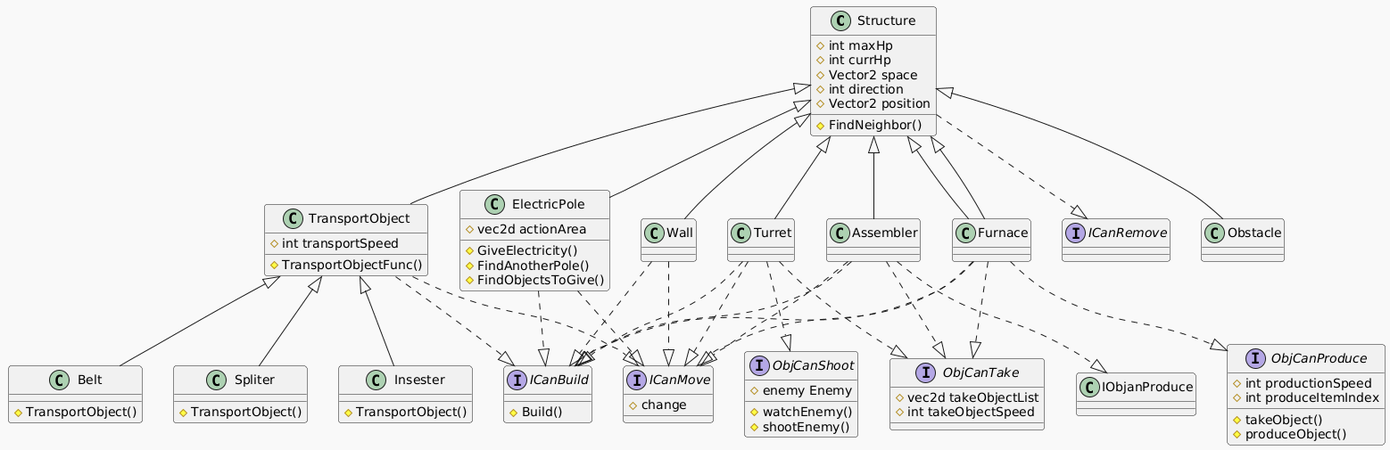
This is Assets/UML Diagrams/StructuresDiagram.png from Unity-PM/P2_PSM_L01_Krichevskyi.L_Factory_Rush, a PlantUML export, as it was before one commit. Its diagram source:
```plantuml
@startuml
Structure <|-- Furnace


!theme mars

class Structure {
  # int maxHp
  # int currHp
  # Vector2 space
  # int direction
  # Vector2 position
  # FindNeighbor()

}
Structure ..|> ICanRemove

interface ICanBuild {
  # Build()
}
interface ICanMove {
  # change
}
interface ICanRemove {

}
interface ObjCanShoot {
  # enemy Enemy
  # watchEnemy()
  # shootEnemy()
}
interface ObjCanProduce {
  # int productionSpeed
  # takeObject()
  # produceObject()
  # int produceItemIndex
}
interface ObjCanTake {
  # vec2d takeObjectList
  # int takeObjectSpeed
}

class Obstacle
Structure <|-- Obstacle

class Wall
Structure <|-- Wall
Wall ..|> ICanBuild
Wall ..|> ICanMove

class TransportObject {
  # int transportSpeed
  # TransportObjectFunc()
}
Structure <|-- TransportObject
TransportObject ..|> ICanBuild
TransportObject ..|> ICanMove

class Belt {
  # TransportObject()
}
class Spliter {
  # TransportObject()
}
class Insester {
  # TransportObject()
}

TransportObject <|-- Belt
TransportObject <|-- Spliter
TransportObject <|-- Insester

class ElectricPole {
  # vec2d actionArea
  # GiveElectricity()
  # FindAnotherPole()
  # FindObjectsToGive()
}

Structure <|-- ElectricPole
ElectricPole ..|> ICanBuild
ElectricPole ..|> ICanMove

class Turret
Structure <|-- Turret
Turret ..|> ObjCanShoot
Turret ..|> ObjCanTake
Turret ..|> ICanBuild
Turret ..|> ICanMove


class Furnace
Structure <|-- Furnace
Furnace ..|> ObjCanProduce
Furnace ..|> ObjCanTake
Furnace ..|> ICanBuild
Furnace ..|> ICanMove

class Assembler
Structure <|-- Assembler
Assembler ..|> IObjanProduce
Assembler ..|> ObjCanTake
Assembler ..|> ICanBuild
Assembler ..|> ICanMove
@enduml
```
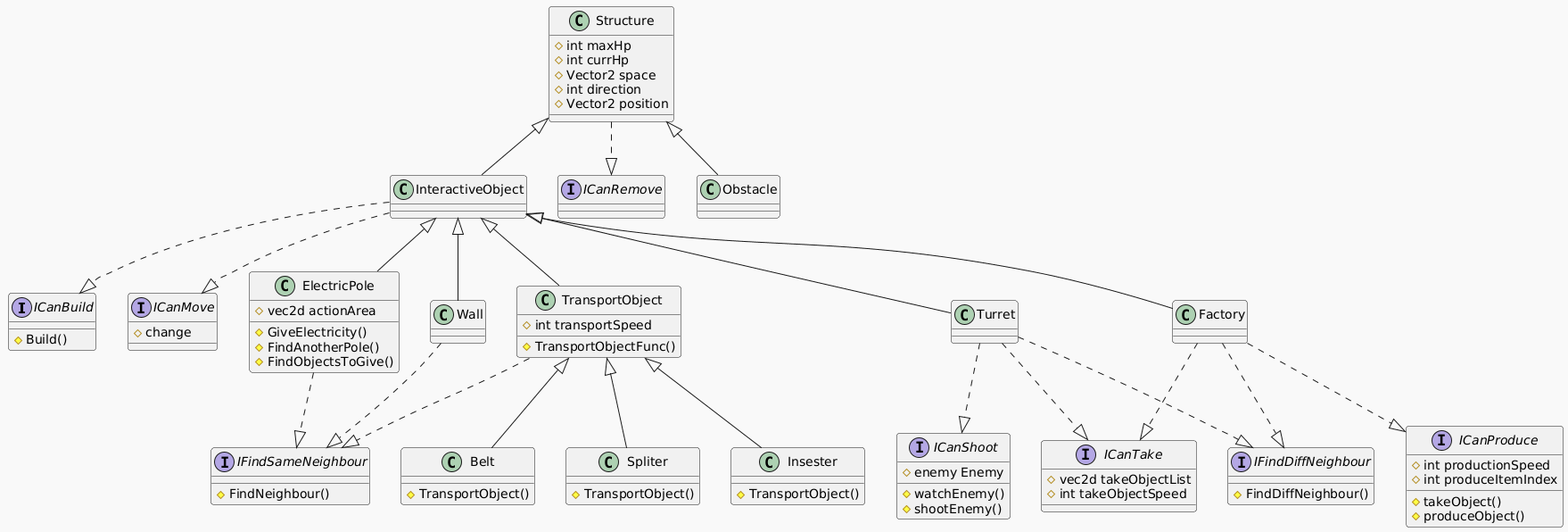
The same file after the commit.

What changed in the source:
```diff
@@ -1,19 +1,5 @@
 @startuml
-Structure <|-- Furnace
-
-
 !theme mars
-
-class Structure {
-  # int maxHp
-  # int currHp
-  # Vector2 space
-  # int direction
-  # Vector2 position
-  # FindNeighbor()
-
-}
-Structure ..|> ICanRemove
 
 interface ICanBuild {
   # Build()
@@ -24,37 +10,55 @@
 interface ICanRemove {
 
 }
-interface ObjCanShoot {
+interface ICanShoot {
   # enemy Enemy
   # watchEnemy()
   # shootEnemy()
 }
-interface ObjCanProduce {
+interface ICanProduce {
   # int productionSpeed
   # takeObject()
   # produceObject()
   # int produceItemIndex
 }
-interface ObjCanTake {
+interface ICanTake {
   # vec2d takeObjectList
   # int takeObjectSpeed
 }
+interface IFindSameNeighbour {
+  # FindNeighbour()
+}
+interface IFindDiffNeighbour {
+  # FindDiffNeighbour()
+}
+
+class Structure {
+  # int maxHp
+  # int currHp
+  # Vector2 space
+  # int direction
+  # Vector2 position
+}
+Structure ..|> ICanRemove
+
+class InteractiveObject
+Structure <|-- InteractiveObject
+InteractiveObject ..|> ICanBuild
+InteractiveObject ..|> ICanMove
 
 class Obstacle
 Structure <|-- Obstacle
 
 class Wall
-Structure <|-- Wall
-Wall ..|> ICanBuild
-Wall ..|> ICanMove
+InteractiveObject <|-- Wall
+Wall ..|> IFindSameNeighbour
 
 class TransportObject {
   # int transportSpeed
   # TransportObjectFunc()
 }
-Structure <|-- TransportObject
-TransportObject ..|> ICanBuild
-TransportObject ..|> ICanMove
+InteractiveObject <|-- TransportObject
+TransportObject ..|> IFindSameNeighbour
 
 class Belt {
   # TransportObject()
@@ -65,7 +69,6 @@
 class Insester {
   # TransportObject()
 }
-
 TransportObject <|-- Belt
 TransportObject <|-- Spliter
 TransportObject <|-- Insester
@@ -77,29 +80,19 @@
   # FindObjectsToGive()
 }
 
-Structure <|-- ElectricPole
-ElectricPole ..|> ICanBuild
-ElectricPole ..|> ICanMove
+InteractiveObject <|-- ElectricPole
+ElectricPole ..|> IFindSameNeighbour
 
 class Turret
-Structure <|-- Turret
-Turret ..|> ObjCanShoot
-Turret ..|> ObjCanTake
-Turret ..|> ICanBuild
-Turret ..|> ICanMove
+InteractiveObject <|-- Turret
+Turret ..|> ICanShoot
+Turret ..|> ICanTake
+Turret ..|> IFindDiffNeighbour
 
 
-class Furnace
-Structure <|-- Furnace
-Furnace ..|> ObjCanProduce
-Furnace ..|> ObjCanTake
-Furnace ..|> ICanBuild
-Furnace ..|> ICanMove
-
-class Assembler
-Structure <|-- Assembler
-Assembler ..|> IObjanProduce
-Assembler ..|> ObjCanTake
-Assembler ..|> ICanBuild
-Assembler ..|> ICanMove
+class Factory
+InteractiveObject <|-- Factory
+Factory ..|> ICanProduce
+Factory ..|> ICanTake
+Factory ..|> IFindDiffNeighbour
 @enduml
```
